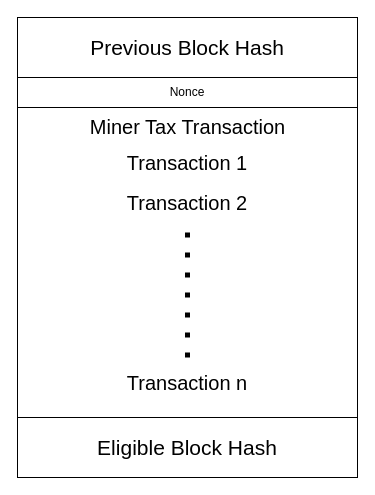
Before: Diagrams/Block.drawio in MlgEpicBanana69/dreamveil, a draw.io diagram. Source tidied: cells renumbered, new cells numbered last; positions are measured from the earlier drawing's top-left corner, leaving out a move shared by most shapes. Both pictures are drawn from the tidied source at 100%, with x=0, y=0 at pixel (17, 17).
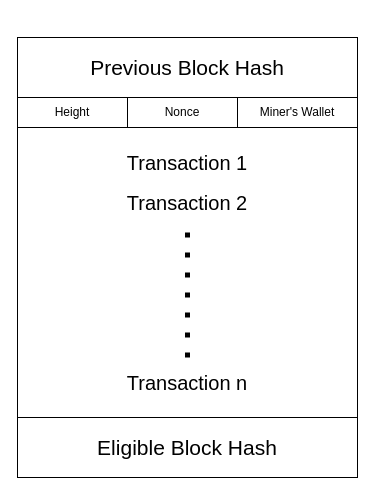
The same diagram, later.

Change to the diagram source:
```diff
@@
 <mxGraphModel>
   <root>
     <mxCell id="0" />
     <mxCell id="1" parent="0" />
     <mxCell id="2" style="rounded=0;whiteSpace=wrap;html=1;" parent="1" vertex="1">
       <mxGeometry y="60" width="340" height="340" as="geometry" />
     </mxCell>
     <mxCell id="3" value="Previous Block Hash" style="rounded=0;whiteSpace=wrap;html=1;fontSize=21;" parent="1" vertex="1">
-      <mxGeometry width="340" height="60" as="geometry" />
+      <mxGeometry y="20" width="340" height="60" as="geometry" />
     </mxCell>
     <mxCell id="4" value="Eligible Block Hash" style="rounded=0;whiteSpace=wrap;html=1;fontSize=21;" parent="1" vertex="1">
       <mxGeometry y="400" width="340" height="60" as="geometry" />
     </mxCell>
     <mxCell id="5" value="Transaction 1" style="text;html=1;strokeColor=none;fillColor=none;align=center;verticalAlign=middle;whiteSpace=wrap;rounded=0;fontSize=20;" parent="1" vertex="1">
       <mxGeometry x="70" y="120" width="200" height="50" as="geometry" />
     </mxCell>
     <mxCell id="6" value="Transaction 2" style="text;html=1;strokeColor=none;fillColor=none;align=center;verticalAlign=middle;whiteSpace=wrap;rounded=0;fontSize=20;" parent="1" vertex="1">
       <mxGeometry x="70" y="160" width="200" height="50" as="geometry" />
     </mxCell>
     <mxCell id="7" value="Transaction n" style="text;html=1;strokeColor=none;fillColor=none;align=center;verticalAlign=middle;whiteSpace=wrap;rounded=0;fontSize=20;" parent="1" vertex="1">
       <mxGeometry x="70" y="340" width="200" height="50" as="geometry" />
     </mxCell>
     <mxCell id="8" style="endArrow=none;dashed=1;html=1;dashPattern=1 3;strokeWidth=5;rounded=0;fontSize=20;entryX=0.5;entryY=1;entryDx=0;entryDy=0;exitX=0.5;exitY=0;exitDx=0;exitDy=0;jumpSize=17;jumpStyle=none;endSize=6;" parent="1" edge="1" source="7" target="6">
       <mxGeometry relative="1" as="geometry" />
     </mxCell>
-    <mxCell id="9" value="Nonce" style="rounded=0;whiteSpace=wrap;html=1;" parent="1" vertex="1">
-      <mxGeometry y="60" width="340" height="30" as="geometry" />
+    <mxCell id="9" value="Height" style="rounded=0;whiteSpace=wrap;html=1;" parent="1" vertex="1">
+      <mxGeometry y="80" width="110" height="30" as="geometry" />
     </mxCell>
-    <mxCell id="10" value="Miner Tax Transaction" style="text;html=1;strokeColor=none;fillColor=none;align=center;verticalAlign=middle;whiteSpace=wrap;rounded=0;fontSize=20;" parent="1" vertex="1">
-      <mxGeometry x="47.5" y="91" width="245" height="35" as="geometry" />
-    </mxCell>
+    <mxCell id="11" value="Miner's Wallet" style="rounded=0;whiteSpace=wrap;html=1;" parent="1" vertex="1">
+      <mxGeometry x="220" y="80" width="120" height="30" as="geometry" />
+    </mxCell>
+    <mxCell id="12" value="Nonce" style="rounded=0;whiteSpace=wrap;html=1;" parent="1" vertex="1">
+      <mxGeometry x="110" y="80" width="110" height="30" as="geometry" />
+    </mxCell>
   </root>
 </mxGraphModel>
```
